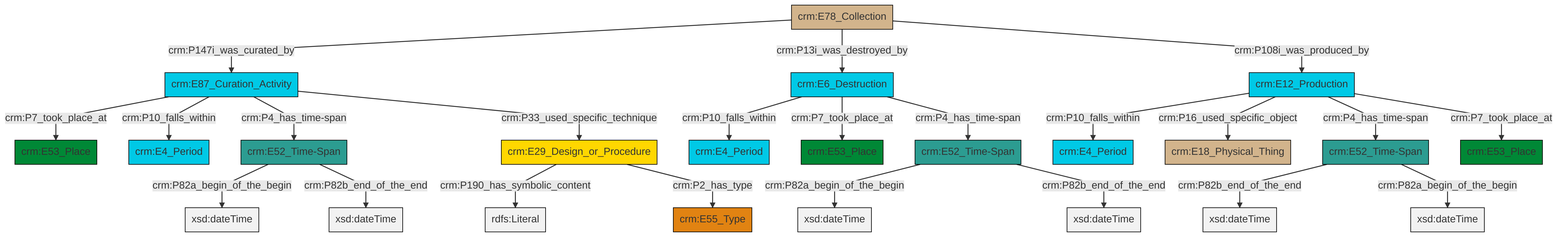
The Mermaid diagram et/archivalCSV/ttl/mmd/png/archival_existence.png in swiss-art-research-net/docs.swissartresearch, before a commit. Its source is kept beside it as et/archivalCSV/ttl/mmd/archival_existence.ttl.mmd.
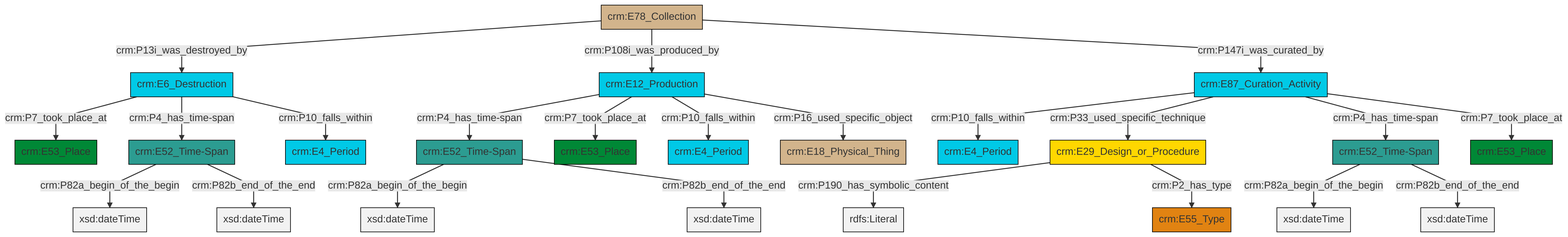
The same file after the commit.

Diff of the diagram source:
```diff
@@ -13,25 +13,25 @@
 classDef PC_Classes fill:#4ce600, stroke:#000000;
 classDef Multi fill:#cccccc,stroke:#000000;
 
-0["crm:E6_Destruction"]:::Temporal_Entity -->|crm:P10_falls_within| 1["crm:E4_Period"]:::Temporal_Entity
-2["crm:E29_Design_or_Procedure"]:::Conceptual_Object -->|crm:P190_has_symbolic_content| 3[rdfs:Literal]:::Literal
-4["crm:E12_Production"]:::Temporal_Entity -->|crm:P10_falls_within| 5["crm:E4_Period"]:::Temporal_Entity
-6["crm:E78_Collection"]:::Physical_Thing -->|crm:P147i_was_curated_by| 7["crm:E87_Curation_Activity"]:::Temporal_Entity
-11["crm:E52_Time-Span"]:::Time-Span -->|crm:P82a_begin_of_the_begin| 12[xsd:dateTime]:::Literal
-0["crm:E6_Destruction"]:::Temporal_Entity -->|crm:P7_took_place_at| 9["crm:E53_Place"]:::Place
-0["crm:E6_Destruction"]:::Temporal_Entity -->|crm:P4_has_time-span| 13["crm:E52_Time-Span"]:::Time-Span
-11["crm:E52_Time-Span"]:::Time-Span -->|crm:P82b_end_of_the_end| 19[xsd:dateTime]:::Literal
-4["crm:E12_Production"]:::Temporal_Entity -->|crm:P16_used_specific_object| 17["crm:E18_Physical_Thing"]:::Physical_Thing
-4["crm:E12_Production"]:::Temporal_Entity -->|crm:P4_has_time-span| 21["crm:E52_Time-Span"]:::Time-Span
-4["crm:E12_Production"]:::Temporal_Entity -->|crm:P7_took_place_at| 22["crm:E53_Place"]:::Place
-7["crm:E87_Curation_Activity"]:::Temporal_Entity -->|crm:P7_took_place_at| 24["crm:E53_Place"]:::Place
-7["crm:E87_Curation_Activity"]:::Temporal_Entity -->|crm:P10_falls_within| 25["crm:E4_Period"]:::Temporal_Entity
-13["crm:E52_Time-Span"]:::Time-Span -->|crm:P82a_begin_of_the_begin| 27[xsd:dateTime]:::Literal
-7["crm:E87_Curation_Activity"]:::Temporal_Entity -->|crm:P4_has_time-span| 11["crm:E52_Time-Span"]:::Time-Span
-21["crm:E52_Time-Span"]:::Time-Span -->|crm:P82b_end_of_the_end| 29[xsd:dateTime]:::Literal
-7["crm:E87_Curation_Activity"]:::Temporal_Entity -->|crm:P33_used_specific_technique| 2["crm:E29_Design_or_Procedure"]:::Conceptual_Object
-13["crm:E52_Time-Span"]:::Time-Span -->|crm:P82b_end_of_the_end| 31[xsd:dateTime]:::Literal
-6["crm:E78_Collection"]:::Physical_Thing -->|crm:P13i_was_destroyed_by| 0["crm:E6_Destruction"]:::Temporal_Entity
-6["crm:E78_Collection"]:::Physical_Thing -->|crm:P108i_was_produced_by| 4["crm:E12_Production"]:::Temporal_Entity
-21["crm:E52_Time-Span"]:::Time-Span -->|crm:P82a_begin_of_the_begin| 37[xsd:dateTime]:::Literal
-2["crm:E29_Design_or_Procedure"]:::Conceptual_Object -->|crm:P2_has_type| 33["crm:E55_Type"]:::Type
+2["crm:E52_Time-Span"]:::Time-Span -->|crm:P82a_begin_of_the_begin| 3[xsd:dateTime]:::Literal
+8["crm:E52_Time-Span"]:::Time-Span -->|crm:P82a_begin_of_the_begin| 9[xsd:dateTime]:::Literal
+10["crm:E12_Production"]:::Temporal_Entity -->|crm:P4_has_time-span| 0["crm:E52_Time-Span"]:::Time-Span
+13["crm:E6_Destruction"]:::Temporal_Entity -->|crm:P7_took_place_at| 14["crm:E53_Place"]:::Place
+15["crm:E87_Curation_Activity"]:::Temporal_Entity -->|crm:P10_falls_within| 16["crm:E4_Period"]:::Temporal_Entity
+18["crm:E78_Collection"]:::Physical_Thing -->|crm:P13i_was_destroyed_by| 13["crm:E6_Destruction"]:::Temporal_Entity
+0["crm:E52_Time-Span"]:::Time-Span -->|crm:P82a_begin_of_the_begin| 19[xsd:dateTime]:::Literal
+15["crm:E87_Curation_Activity"]:::Temporal_Entity -->|crm:P33_used_specific_technique| 21["crm:E29_Design_or_Procedure"]:::Conceptual_Object
+10["crm:E12_Production"]:::Temporal_Entity -->|crm:P7_took_place_at| 22["crm:E53_Place"]:::Place
+13["crm:E6_Destruction"]:::Temporal_Entity -->|crm:P4_has_time-span| 8["crm:E52_Time-Span"]:::Time-Span
+13["crm:E6_Destruction"]:::Temporal_Entity -->|crm:P10_falls_within| 11["crm:E4_Period"]:::Temporal_Entity
+8["crm:E52_Time-Span"]:::Time-Span -->|crm:P82b_end_of_the_end| 27[xsd:dateTime]:::Literal
+18["crm:E78_Collection"]:::Physical_Thing -->|crm:P108i_was_produced_by| 10["crm:E12_Production"]:::Temporal_Entity
+15["crm:E87_Curation_Activity"]:::Temporal_Entity -->|crm:P4_has_time-span| 2["crm:E52_Time-Span"]:::Time-Span
+21["crm:E29_Design_or_Procedure"]:::Conceptual_Object -->|crm:P190_has_symbolic_content| 30[rdfs:Literal]:::Literal
+2["crm:E52_Time-Span"]:::Time-Span -->|crm:P82b_end_of_the_end| 33[xsd:dateTime]:::Literal
+10["crm:E12_Production"]:::Temporal_Entity -->|crm:P10_falls_within| 34["crm:E4_Period"]:::Temporal_Entity
+18["crm:E78_Collection"]:::Physical_Thing -->|crm:P147i_was_curated_by| 15["crm:E87_Curation_Activity"]:::Temporal_Entity
+15["crm:E87_Curation_Activity"]:::Temporal_Entity -->|crm:P7_took_place_at| 25["crm:E53_Place"]:::Place
+0["crm:E52_Time-Span"]:::Time-Span -->|crm:P82b_end_of_the_end| 35[xsd:dateTime]:::Literal
+21["crm:E29_Design_or_Procedure"]:::Conceptual_Object -->|crm:P2_has_type| 6["crm:E55_Type"]:::Type
+10["crm:E12_Production"]:::Temporal_Entity -->|crm:P16_used_specific_object| 4["crm:E18_Physical_Thing"]:::Physical_Thing
```
